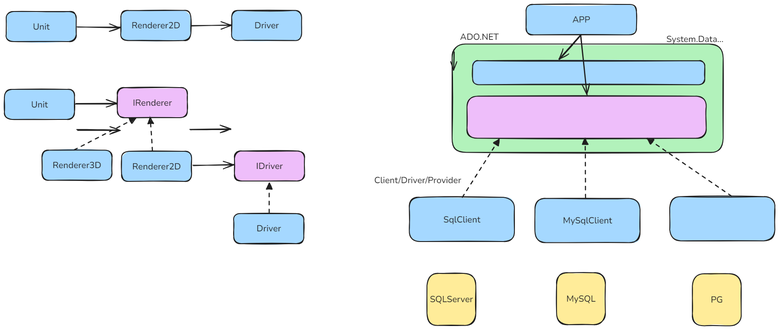
The Excalidraw diagram img/ado_net.exalidraw.png in silvercodes/p32_p34_ado_net_ef, before a commit. Source tidied: one line per element, renumbered; positions are measured from the earlier drawing's top-left corner, leaving out a move shared by most shapes.
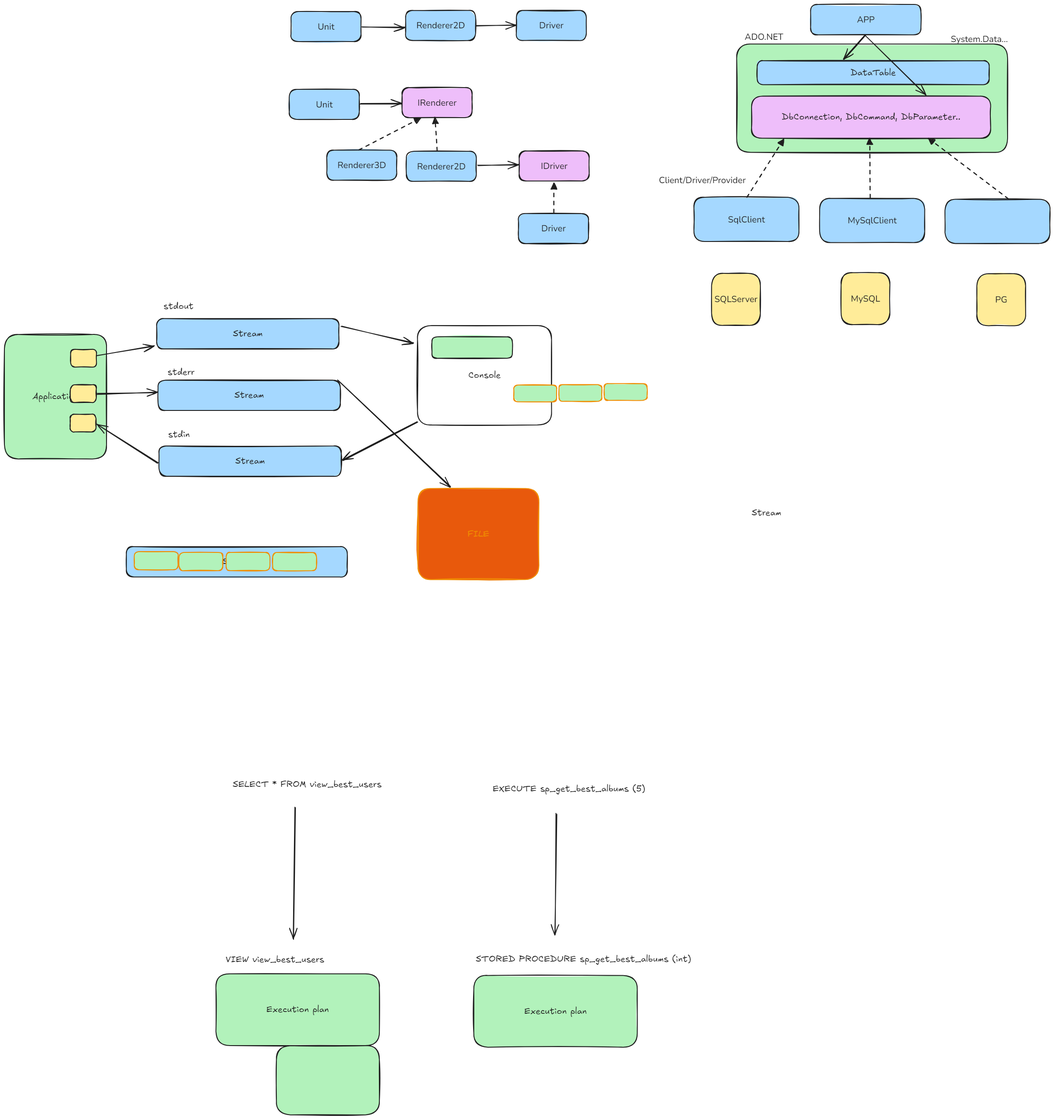
Above is the later version.

Change to the diagram source:
```diff
@@ -8,6 +8,7 @@
 {"id": 7, "type": "rectangle", "strokeColor": "#1e1e1e", "backgroundColor": "#ffec99", "fillStyle": "solid", "strokeWidth": 2, "roughness": 1, "round": true, "x": 1555, "y": 609, "width": 110, "height": 118}
 {"id": 8, "type": "text", "text": "PG", "strokeColor": "#1e1e1e", "backgroundColor": "#ffec99", "fillStyle": "solid", "strokeWidth": 2, "roughness": 1, "fontSize": 20, "fontFamily": 6, "textAlign": "center", "verticalAlign": "middle", "inside": 7, "x": 1597, "y": 654, "width": 27, "height": 27}
 {"id": 9, "type": "rectangle", "strokeColor": "#1e1e1e", "backgroundColor": "#eebefa", "fillStyle": "solid", "strokeWidth": 2, "roughness": 1, "round": true, "x": 1046, "y": 207, "width": 541, "height": 95}
+{"id": 49, "type": "text", "text": "DbConnection, DbCommand, DbParameter..", "strokeColor": "#1e1e1e", "strokeWidth": 2, "roughness": 1, "fontSize": 20, "fontFamily": 5, "textAlign": "center", "verticalAlign": "middle", "inside": 9, "x": 1114, "y": 242, "width": 404, "height": 25}
 {"id": 10, "type": "rectangle", "strokeColor": "#1e1e1e", "backgroundColor": "#a5d8ff", "fillStyle": "solid", "strokeWidth": 2, "roughness": 1, "round": true, "x": 4, "y": 16, "width": 158, "height": 68}
 {"id": 11, "type": "text", "text": "Unit", "strokeColor": "#1e1e1e", "backgroundColor": "#a5d8ff", "fillStyle": "solid", "strokeWidth": 2, "roughness": 1, "fontSize": 20, "fontFamily": 6, "textAlign": "center", "verticalAlign": "middle", "inside": 10, "x": 64, "y": 37, "width": 38, "height": 27}
 {"id": 12, "type": "rectangle", "strokeColor": "#1e1e1e", "backgroundColor": "#a5d8ff", "fillStyle": "solid", "strokeWidth": 2, "roughness": 1, "round": true, "x": 263, "y": 14, "width": 158, "height": 68}
@@ -36,14 +37,56 @@
 {"id": 35, "type": "rectangle", "strokeColor": "#1e1e1e", "backgroundColor": "#a5d8ff", "fillStyle": "solid", "strokeWidth": 2, "roughness": 1, "round": true, "x": 915, "y": 436, "width": 238, "height": 100}
 {"id": 36, "type": "text", "text": "SqlClient", "strokeColor": "#1e1e1e", "backgroundColor": "#a5d8ff", "fillStyle": "solid", "strokeWidth": 2, "roughness": 1, "fontSize": 20, "fontFamily": 6, "textAlign": "center", "verticalAlign": "middle", "inside": 35, "x": 992, "y": 473, "width": 83, "height": 27}
 {"id": 37, "type": "arrow", "strokeColor": "#1e1e1e", "backgroundColor": "#a5d8ff", "fillStyle": "solid", "strokeWidth": 2, "strokeStyle": "dashed", "roughness": 1, "endArrowhead": "triangle", "round": true, "from": 35, "to": 9, "x": 1035, "y": 435, "width": 84, "height": 132, "points": [[0, 0], [84, -132]]}
-{"id": 38, "type": "rectangle", "strokeColor": "#1e1e1e", "backgroundColor": "#a5d8ff", "fillStyle": "solid", "strokeWidth": 2, "roughness": 1, "round": true, "x": 1199, "y": 438, "width": 238, "height": 100}
+{"id": 38, "type": "rectangle", "strokeColor": "#1e1e1e", "backgroundColor": "#a5d8ff", "fillStyle": "solid", "strokeWidth": 2, "roughness": 1, "round": true, "x": 1200, "y": 438, "width": 238, "height": 100}
 {"id": 39, "type": "text", "text": "MySqlClient", "strokeColor": "#1e1e1e", "backgroundColor": "#a5d8ff", "fillStyle": "solid", "strokeWidth": 2, "roughness": 1, "fontSize": 20, "fontFamily": 6, "textAlign": "center", "verticalAlign": "middle", "inside": 38, "x": 1263, "y": 475, "width": 111, "height": 27}
 {"id": 40, "type": "arrow", "strokeColor": "#1e1e1e", "backgroundColor": "#a5d8ff", "fillStyle": "solid", "strokeWidth": 2, "strokeStyle": "dashed", "roughness": 1, "endArrowhead": "triangle", "round": true, "from": 38, "to": 9, "x": 1314, "y": 438, "width": 2, "height": 134, "points": [[0, 0], [-2, -134]]}
-{"id": 41, "type": "rectangle", "strokeColor": "#1e1e1e", "backgroundColor": "#a5d8ff", "fillStyle": "solid", "strokeWidth": 2, "roughness": 1, "round": true, "x": 1504, "y": 434, "width": 238, "height": 100}
+{"id": 41, "type": "rectangle", "strokeColor": "#1e1e1e", "backgroundColor": "#a5d8ff", "fillStyle": "solid", "strokeWidth": 2, "roughness": 1, "round": true, "x": 1483, "y": 441, "width": 238, "height": 100}
-{"id": 42, "type": "arrow", "strokeColor": "#1e1e1e", "backgroundColor": "#a5d8ff", "fillStyle": "solid", "strokeWidth": 2, "strokeStyle": "dashed", "roughness": 1, "endArrowhead": "triangle", "round": true, "from": 41, "to": 9, "x": 1644, "y": 432, "width": 192, "height": 130, "points": [[0, 0], [-192, -130]]}
+{"id": 42, "type": "arrow", "strokeColor": "#1e1e1e", "backgroundColor": "#a5d8ff", "fillStyle": "solid", "strokeWidth": 2, "strokeStyle": "dashed", "roughness": 1, "endArrowhead": "triangle", "round": true, "from": 41, "to": 9, "x": 1626, "y": 439, "width": 182, "height": 136, "points": [[0, 0], [-182, -136]]}
 {"id": 43, "type": "arrow", "strokeColor": "#1e1e1e", "backgroundColor": "#a5d8ff", "fillStyle": "solid", "strokeWidth": 2, "roughness": 1, "endArrowhead": "arrow", "round": true, "from": 1, "to": 45, "x": 1303, "y": 69, "width": 50, "height": 55, "points": [[0, 0], [-50, 55]]}
 {"id": 44, "type": "text", "text": "ADO.NET", "strokeColor": "#1e1e1e", "backgroundColor": "#b2f2bb", "fillStyle": "solid", "strokeWidth": 2, "roughness": 1, "fontSize": 20, "fontFamily": 6, "x": 1030, "y": 60, "width": 87, "height": 27}
 {"id": 45, "type": "rectangle", "strokeColor": "#1e1e1e", "backgroundColor": "#a5d8ff", "fillStyle": "solid", "strokeWidth": 2, "roughness": 1, "round": true, "x": 1058, "y": 127, "width": 525, "height": 54}
+{"id": 50, "type": "text", "text": "DataTable", "strokeColor": "#1e1e1e", "backgroundColor": "#b2f2bb", "fillStyle": "solid", "strokeWidth": 2, "roughness": 1, "fontSize": 20, "fontFamily": 5, "textAlign": "center", "verticalAlign": "middle", "inside": 45, "x": 1270, "y": 142, "width": 102, "height": 25}
-{"id": 46, "type": "arrow", "strokeColor": "#1e1e1e", "backgroundColor": "#a5d8ff", "fillStyle": "solid", "strokeWidth": 2, "roughness": 1, "endArrowhead": "arrow", "round": true, "from": 1, "to": 9, "x": 1302, "y": 70, "width": 15, "height": 134, "points": [[0, 0], [15, 134]]}
+{"id": 46, "type": "arrow", "strokeColor": "#1e1e1e", "backgroundColor": "#a5d8ff", "fillStyle": "solid", "strokeWidth": 2, "roughness": 1, "endArrowhead": "arrow", "round": true, "from": 1, "to": 9, "x": 1302, "y": 70, "width": 138, "height": 136, "points": [[0, 0], [138, 136]]}
 {"id": 47, "type": "text", "text": "Client/Driver/Provider", "strokeColor": "#1e1e1e", "backgroundColor": "#a5d8ff", "fillStyle": "solid", "strokeWidth": 2, "roughness": 1, "fontSize": 20, "fontFamily": 6, "x": 836, "y": 384, "width": 197, "height": 27}
 {"id": 48, "type": "text", "text": "System.Data...", "strokeColor": "#1e1e1e", "backgroundColor": "#a5d8ff", "fillStyle": "solid", "strokeWidth": 2, "roughness": 1, "fontSize": 20, "fontFamily": 6, "x": 1496, "y": 65, "width": 129, "height": 27}
+{"id": 51, "type": "rectangle", "strokeColor": "#1e1e1e", "backgroundColor": "#b2f2bb", "fillStyle": "solid", "strokeWidth": 2, "roughness": 1, "round": true, "x": -644, "y": 746, "width": 231, "height": 282}
+{"id": 52, "type": "text", "text": "Application", "strokeColor": "#1e1e1e", "backgroundColor": "#b2f2bb", "fillStyle": "solid", "strokeWidth": 2, "roughness": 1, "fontSize": 20, "fontFamily": 5, "textAlign": "center", "verticalAlign": "middle", "inside": 51, "x": -581, "y": 874, "width": 104, "height": 25}
+{"id": 53, "type": "rectangle", "strokeColor": "#1e1e1e", "backgroundColor": "#a5d8ff", "fillStyle": "solid", "strokeWidth": 2, "roughness": 1, "round": true, "x": -300, "y": 710, "width": 412, "height": 69}
+{"id": 54, "type": "text", "text": "Stream", "strokeColor": "#1e1e1e", "backgroundColor": "#a5d8ff", "fillStyle": "solid", "strokeWidth": 2, "roughness": 1, "fontSize": 20, "fontFamily": 5, "textAlign": "center", "verticalAlign": "middle", "inside": 53, "x": -127, "y": 732, "width": 67, "height": 25}
+{"id": 55, "type": "rectangle", "strokeColor": "#1e1e1e", "backgroundColor": "#ffec99", "fillStyle": "solid", "strokeWidth": 2, "roughness": 1, "round": true, "x": -495, "y": 780, "width": 59, "height": 40}
+{"id": 56, "type": "arrow", "strokeColor": "#1e1e1e", "backgroundColor": "#ffec99", "fillStyle": "solid", "strokeWidth": 2, "roughness": 1, "endArrowhead": "arrow", "round": true, "from": 55, "to": 53, "x": -435, "y": 794, "width": 130, "height": 22, "points": [[0, 0], [130, -22]]}
+{"id": 57, "type": "rectangle", "strokeColor": "#1e1e1e", "backgroundColor": "#ffffff", "fillStyle": "solid", "strokeWidth": 2, "roughness": 1, "round": true, "x": 290, "y": 726, "width": 303, "height": 225}
+{"id": 58, "type": "text", "text": "Console", "strokeColor": "#1e1e1e", "backgroundColor": "#ffffff", "fillStyle": "solid", "strokeWidth": 2, "roughness": 1, "fontSize": 20, "fontFamily": 5, "textAlign": "center", "verticalAlign": "middle", "inside": 57, "x": 405, "y": 826, "width": 73, "height": 25}
+{"id": 59, "type": "arrow", "strokeColor": "#1e1e1e", "backgroundColor": "#ffffff", "fillStyle": "solid", "strokeWidth": 2, "roughness": 1, "endArrowhead": "arrow", "round": true, "from": 53, "to": 57, "x": 118, "y": 728, "width": 164, "height": 37, "points": [[0, 0], [164, 37]]}
+{"id": 60, "type": "rectangle", "strokeColor": "#1e1e1e", "backgroundColor": "#b2f2bb", "fillStyle": "solid", "strokeWidth": 2, "roughness": 1, "round": true, "x": 323, "y": 751, "width": 182, "height": 49}
+{"id": 61, "type": "rectangle", "strokeColor": "#1e1e1e", "backgroundColor": "#a5d8ff", "fillStyle": "solid", "strokeWidth": 2, "roughness": 1, "round": true, "x": -295, "y": 998, "width": 412, "height": 69}
+{"id": 62, "type": "text", "text": "Stream", "strokeColor": "#1e1e1e", "backgroundColor": "#a5d8ff", "fillStyle": "solid", "strokeWidth": 2, "roughness": 1, "fontSize": 20, "fontFamily": 5, "textAlign": "center", "verticalAlign": "middle", "inside": 61, "x": -122, "y": 1020, "width": 67, "height": 25}
+{"id": 63, "type": "arrow", "strokeColor": "#1e1e1e", "backgroundColor": "#b2f2bb", "fillStyle": "solid", "strokeWidth": 2, "roughness": 1, "endArrowhead": "arrow", "round": true, "from": 57, "to": 61, "x": 290, "y": 945, "width": 168, "height": 86, "points": [[0, 0], [-168, 86]]}
+{"id": 64, "type": "arrow", "strokeColor": "#1e1e1e", "backgroundColor": "#b2f2bb", "fillStyle": "solid", "strokeWidth": 2, "roughness": 1, "endArrowhead": "arrow", "round": true, "from": 61, "to": 65, "x": -298, "y": 1037, "width": 138, "height": 89, "points": [[0, 0], [-138, -89]]}
+{"id": 65, "type": "rectangle", "strokeColor": "#1e1e1e", "backgroundColor": "#ffec99", "fillStyle": "solid", "strokeWidth": 2, "roughness": 1, "round": true, "x": -496, "y": 926, "width": 59, "height": 40}
+{"id": 66, "type": "text", "text": "stdout", "strokeColor": "#1e1e1e", "backgroundColor": "#b2f2bb", "fillStyle": "solid", "strokeWidth": 2, "roughness": 1, "fontSize": 20, "fontFamily": 5, "x": -284, "y": 670, "width": 68, "height": 25}
+{"id": 67, "type": "text", "text": "stdin", "strokeColor": "#1e1e1e", "backgroundColor": "#b2f2bb", "fillStyle": "solid", "strokeWidth": 2, "roughness": 1, "fontSize": 20, "fontFamily": 5, "x": -274, "y": 960, "width": 49, "height": 25}
+{"id": 68, "type": "rectangle", "strokeColor": "#1e1e1e", "backgroundColor": "#a5d8ff", "fillStyle": "solid", "strokeWidth": 2, "roughness": 1, "round": true, "x": -297, "y": 849, "width": 412, "height": 69}
+{"id": 69, "type": "text", "text": "Stream", "strokeColor": "#1e1e1e", "backgroundColor": "#a5d8ff", "fillStyle": "solid", "strokeWidth": 2, "roughness": 1, "fontSize": 20, "fontFamily": 5, "textAlign": "center", "verticalAlign": "middle", "inside": 68, "x": -124, "y": 871, "width": 67, "height": 25}
+{"id": 70, "type": "text", "text": "stderr", "strokeColor": "#1e1e1e", "backgroundColor": "#b2f2bb", "fillStyle": "solid", "strokeWidth": 2, "roughness": 1, "fontSize": 20, "fontFamily": 5, "x": -275, "y": 819, "width": 61, "height": 25}
+{"id": 71, "type": "rectangle", "strokeColor": "#1e1e1e", "backgroundColor": "#ffec99", "fillStyle": "solid", "strokeWidth": 2, "roughness": 1, "round": true, "x": -495, "y": 860, "width": 59, "height": 40}
+{"id": 72, "type": "arrow", "strokeColor": "#1e1e1e", "backgroundColor": "#b2f2bb", "fillStyle": "solid", "strokeWidth": 2, "roughness": 1, "endArrowhead": "arrow", "round": true, "from": 71, "to": 68, "x": -436, "y": 880, "width": 137, "height": 3, "points": [[0, 0], [137, -3]]}
+{"id": 73, "type": "arrow", "strokeColor": "#1e1e1e", "backgroundColor": "#b2f2bb", "fillStyle": "solid", "strokeWidth": 2, "roughness": 1, "endArrowhead": "arrow", "round": true, "from": 68, "to": 74, "x": 111, "y": 850, "width": 254, "height": 240, "points": [[0, 0], [254, 240]]}
+{"id": 74, "type": "rectangle", "strokeColor": "#f08c00", "backgroundColor": "#e8590c", "fillStyle": "solid", "strokeWidth": 2, "roughness": 1, "round": true, "x": 291, "y": 1095, "width": 274, "height": 206}
+{"id": 75, "type": "text", "text": "FILE", "strokeColor": "#f08c00", "backgroundColor": "#e8590c", "fillStyle": "solid", "strokeWidth": 2, "roughness": 1, "fontSize": 20, "fontFamily": 5, "textAlign": "center", "verticalAlign": "middle", "inside": 74, "x": 403, "y": 1185, "width": 49, "height": 25}
+{"id": 76, "type": "rectangle", "strokeColor": "#1e1e1e", "backgroundColor": "#a5d8ff", "fillStyle": "solid", "strokeWidth": 2, "roughness": 1, "round": true, "x": -368, "y": 1226, "width": 500, "height": 69}
+{"id": 77, "type": "text", "text": "Stream", "strokeColor": "#1e1e1e", "backgroundColor": "#a5d8ff", "fillStyle": "solid", "strokeWidth": 2, "roughness": 1, "fontSize": 20, "fontFamily": 5, "textAlign": "center", "verticalAlign": "middle", "inside": 76, "x": -152, "y": 1248, "width": 67, "height": 25}
+{"id": 78, "type": "rectangle", "strokeColor": "#f08c00", "backgroundColor": "#b2f2bb", "fillStyle": "solid", "strokeWidth": 2, "roughness": 1, "round": true, "x": -351, "y": 1237, "width": 99, "height": 41}
+{"id": 79, "type": "rectangle", "strokeColor": "#f08c00", "backgroundColor": "#b2f2bb", "fillStyle": "solid", "strokeWidth": 2, "roughness": 1, "round": true, "x": -249, "y": 1239, "width": 99, "height": 41}
+{"id": 80, "type": "rectangle", "strokeColor": "#f08c00", "backgroundColor": "#b2f2bb", "fillStyle": "solid", "strokeWidth": 2, "roughness": 1, "round": true, "x": -143, "y": 1239, "width": 99, "height": 41}
+{"id": 81, "type": "rectangle", "strokeColor": "#f08c00", "backgroundColor": "#b2f2bb", "fillStyle": "solid", "strokeWidth": 2, "roughness": 1, "round": true, "x": -37, "y": 1239, "width": 99, "height": 41}
+{"id": 82, "type": "rectangle", "strokeColor": "#1e1e1e", "backgroundColor": "#b2f2bb", "fillStyle": "solid", "strokeWidth": 2, "roughness": 1, "round": true, "x": -166, "y": 2192, "width": 370, "height": 162}
+{"id": 83, "type": "text", "text": "Execution plan", "strokeColor": "#1e1e1e", "backgroundColor": "#b2f2bb", "fillStyle": "solid", "strokeWidth": 2, "roughness": 1, "fontSize": 20, "fontFamily": 5, "textAlign": "center", "verticalAlign": "middle", "inside": 82, "x": -52, "y": 2260, "width": 141, "height": 25}
+{"id": 84, "type": "text", "text": "VIEW view_best_users", "strokeColor": "#1e1e1e", "backgroundColor": "#b2f2bb", "fillStyle": "solid", "strokeWidth": 2, "roughness": 1, "fontSize": 20, "fontFamily": 5, "x": -144, "y": 2147, "width": 223, "height": 25}
+{"id": 85, "type": "arrow", "strokeColor": "#1e1e1e", "backgroundColor": "#b2f2bb", "fillStyle": "solid", "strokeWidth": 2, "roughness": 1, "endArrowhead": "arrow", "round": true, "x": 14, "y": 1817, "width": 5, "height": 296, "points": [[0, 0], [-5, 296]]}
+{"id": 86, "type": "text", "text": "SELECT * FROM view_best_users", "strokeColor": "#1e1e1e", "backgroundColor": "#b2f2bb", "fillStyle": "solid", "strokeWidth": 2, "roughness": 1, "fontSize": 20, "fontFamily": 5, "x": -128, "y": 1752, "width": 337, "height": 25}
+{"id": 87, "type": "rectangle", "strokeColor": "#1e1e1e", "backgroundColor": "#b2f2bb", "fillStyle": "solid", "strokeWidth": 2, "roughness": 1, "round": true, "x": 417, "y": 2195, "width": 370, "height": 162}
+{"id": 88, "type": "text", "text": "Execution plan", "strokeColor": "#1e1e1e", "backgroundColor": "#b2f2bb", "fillStyle": "solid", "strokeWidth": 2, "roughness": 1, "fontSize": 20, "fontFamily": 5, "textAlign": "center", "verticalAlign": "middle", "inside": 87, "x": 532, "y": 2264, "width": 141, "height": 25}
+{"id": 89, "type": "text", "text": "STORED PROCEDURE sp_get_best_albums (int)", "strokeColor": "#1e1e1e", "backgroundColor": "#b2f2bb", "fillStyle": "solid", "strokeWidth": 2, "roughness": 1, "fontSize": 20, "fontFamily": 5, "x": 422, "y": 2146, "width": 487, "height": 25}
+{"id": 90, "type": "arrow", "strokeColor": "#1e1e1e", "backgroundColor": "#b2f2bb", "fillStyle": "solid", "strokeWidth": 2, "roughness": 1, "endArrowhead": "arrow", "round": true, "x": 604, "y": 1830, "width": 3, "height": 273, "points": [[0, 0], [-3, 273]]}
+{"id": 91, "type": "text", "text": "EXECUTE sp_get_best_albums (5)", "strokeColor": "#1e1e1e", "backgroundColor": "#b2f2bb", "fillStyle": "solid", "strokeWidth": 2, "roughness": 1, "fontSize": 20, "fontFamily": 5, "x": 460, "y": 1762, "width": 396, "height": 25}
```
